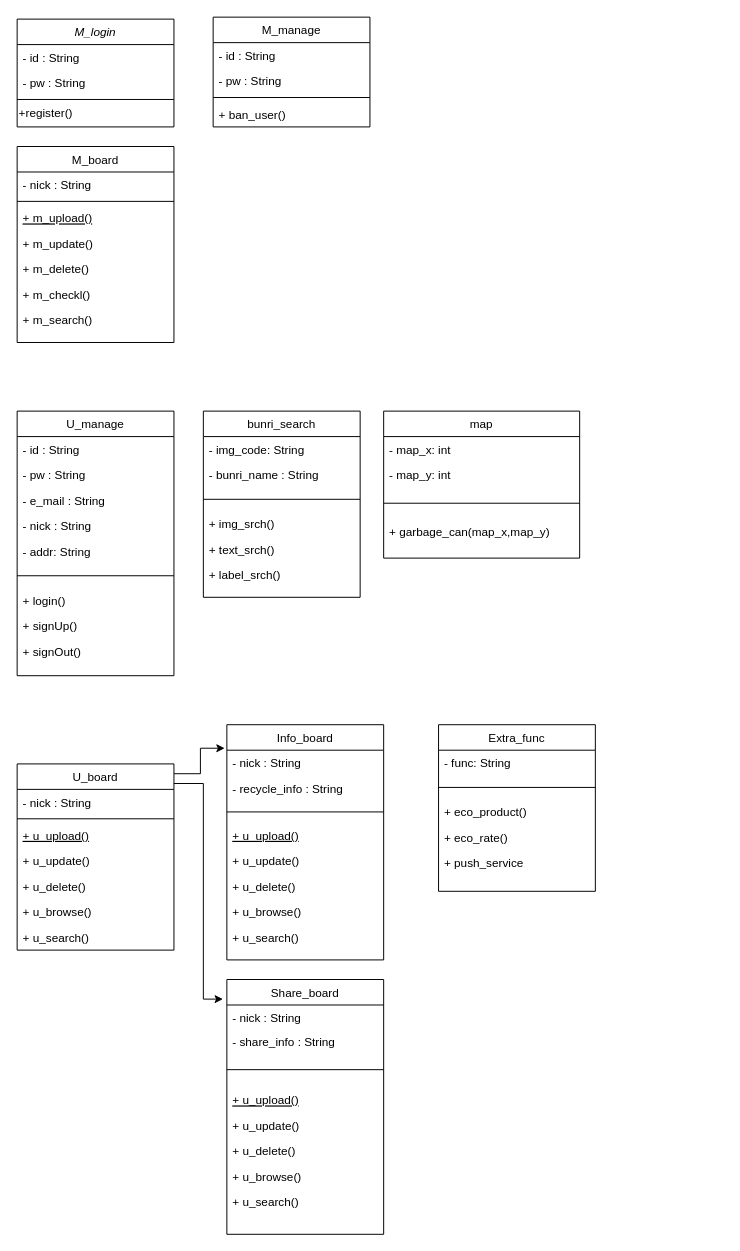
jgy2808/TERM_Project keeps this draw.io diagram as UML.drawio. Above is the earlier version. Source tidied: cells renumbered, new cells numbered last; positions are measured from the earlier drawing's top-left corner, leaving out a move shared by most shapes. Both pictures are drawn from the tidied source at 98%, with x=0, y=0 at pixel (17, 17).
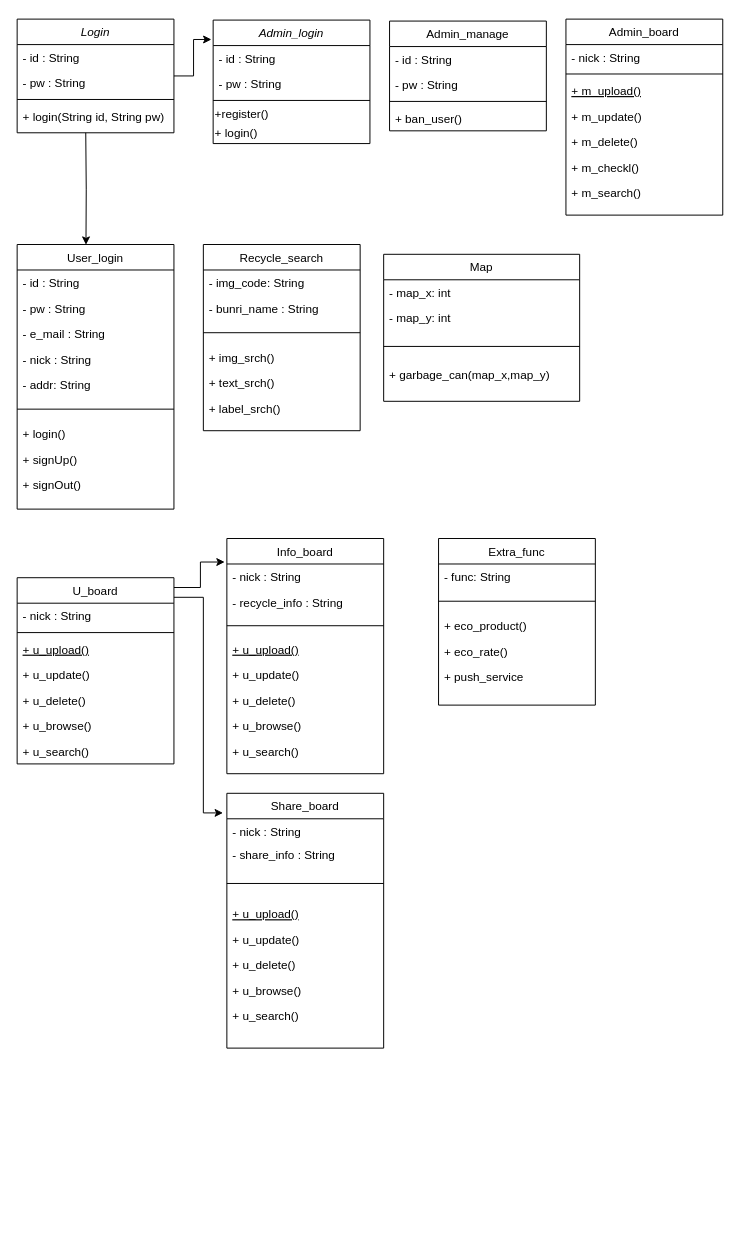
After the change.

The change refers to these unchanged cells:
```xml
<mxCell id="43" value="- nick : String" style="text;align=left;verticalAlign=top;spacingLeft=4;spacingRight=4;overflow=hidden;points=[[0,0.5],[1,0.5]];portConstraint=eastwest;" parent="42" vertex="1">
  <mxGeometry y="26" width="160" height="26" as="geometry" />
</mxCell>
```

Change to the diagram source:
```diff
@@
+    <mxCell id="76" style="edgeStyle=orthogonalEdgeStyle;rounded=0;jettySize=auto;html=1;entryX=-0.011;entryY=0.157;entryDx=0;entryDy=0;entryPerimeter=0;" parent="1" edge="1" source="2" target="78">
+      <mxGeometry relative="1" as="geometry" />
+    </mxCell>
-    <mxCell id="2" value="M_login" style="swimlane;fontStyle=2;align=center;verticalAlign=top;horizontal=1;startSize=26;rounded=0;shadow=0;strokeWidth=1;" parent="1" vertex="1">
-      <mxGeometry y="2" width="160" height="110" as="geometry" />
+    <mxCell id="2" value="Login" style="swimlane;fontStyle=2;align=center;verticalAlign=top;horizontal=1;startSize=26;rounded=0;shadow=0;strokeWidth=1;" parent="1" vertex="1">
+      <mxGeometry y="2" width="160" height="116" as="geometry" />
     </mxCell>
@@
-    <mxCell id="6" value="+register()" style="text;html=1;align=left;verticalAlign=middle;strokeColor=none;fillColor=none;" parent="2" vertex="1">
-      <mxGeometry y="86" width="160" height="20" as="geometry" />
-    </mxCell>
+    <mxCell id="77" value="+ login(String id, String pw) " style="text;align=left;verticalAlign=top;spacingLeft=4;spacingRight=4;overflow=hidden;rounded=0;shadow=0;html=0;" parent="2" vertex="1">
+      <mxGeometry y="86" width="160" height="26" as="geometry" />
+    </mxCell>
-    <mxCell id="7" value="M_board" style="swimlane;fontStyle=0;align=center;verticalAlign=top;horizontal=1;startSize=26;rounded=0;shadow=0;strokeWidth=1;" parent="1" vertex="1">
-      <mxGeometry y="132" width="160" height="200" as="geometry" />
+    <mxCell id="7" value="Admin_board" style="swimlane;fontStyle=0;align=center;verticalAlign=top;horizontal=1;startSize=26;rounded=0;shadow=0;strokeWidth=1;" parent="1" vertex="1">
+      <mxGeometry x="560" y="2" width="160" height="200" as="geometry" />
     </mxCell>
@@
-    <mxCell id="15" value="M_manage" style="swimlane;fontStyle=0;align=center;verticalAlign=top;horizontal=1;startSize=26;rounded=0;shadow=0;strokeWidth=1;" parent="1" vertex="1">
-      <mxGeometry x="200" width="160" height="112" as="geometry" />
+    <mxCell id="15" value="Admin_manage" style="swimlane;fontStyle=0;align=center;verticalAlign=top;horizontal=1;startSize=26;rounded=0;shadow=0;strokeWidth=1;" parent="1" vertex="1">
+      <mxGeometry x="380" y="4" width="160" height="112" as="geometry" />
     </mxCell>
@@
-    <mxCell id="20" value="U_manage" style="swimlane;fontStyle=0;align=center;verticalAlign=top;horizontal=1;startSize=26;rounded=0;shadow=0;strokeWidth=1;" parent="1" vertex="1">
-      <mxGeometry y="402" width="160" height="270" as="geometry" />
+    <mxCell id="20" value="User_login" style="swimlane;fontStyle=0;align=center;verticalAlign=top;horizontal=1;startSize=26;rounded=0;shadow=0;strokeWidth=1;" parent="1" vertex="1">
+      <mxGeometry y="232" width="160" height="270" as="geometry" />
     </mxCell>
@@
-    <mxCell id="30" value="bunri_search" style="swimlane;fontStyle=0;align=center;verticalAlign=top;horizontal=1;startSize=26;rounded=0;shadow=0;strokeWidth=1;" parent="1" vertex="1">
-      <mxGeometry x="190" y="402" width="160" height="190" as="geometry" />
+    <mxCell id="30" value="Recycle_search" style="swimlane;fontStyle=0;align=center;verticalAlign=top;horizontal=1;startSize=26;rounded=0;shadow=0;strokeWidth=1;" parent="1" vertex="1">
+      <mxGeometry x="190" y="232" width="160" height="190" as="geometry" />
     </mxCell>
@@
-    <mxCell id="37" value="map" style="swimlane;fontStyle=0;align=center;verticalAlign=top;horizontal=1;startSize=26;rounded=0;shadow=0;strokeWidth=1;" parent="1" vertex="1">
-      <mxGeometry x="374" y="402" width="200" height="150" as="geometry" />
+    <mxCell id="37" value="Map" style="swimlane;fontStyle=0;align=center;verticalAlign=top;horizontal=1;startSize=26;rounded=0;shadow=0;strokeWidth=1;" parent="1" vertex="1">
+      <mxGeometry x="374" y="242" width="200" height="150" as="geometry" />
     </mxCell>
@@
     <mxCell id="42" value="Info_board" style="swimlane;fontStyle=0;align=center;verticalAlign=top;horizontal=1;startSize=26;rounded=0;shadow=0;strokeWidth=1;" parent="1" vertex="1">
-      <mxGeometry x="214" y="722" width="160" height="240" as="geometry" />
+      <mxGeometry x="214" y="532" width="160" height="240" as="geometry" />
     </mxCell>
@@
     <mxCell id="51" value="Share_board" style="swimlane;fontStyle=0;align=center;verticalAlign=top;horizontal=1;startSize=26;rounded=0;shadow=0;strokeWidth=1;" parent="1" vertex="1">
-      <mxGeometry x="214" y="982" width="160" height="260" as="geometry" />
+      <mxGeometry x="214" y="792" width="160" height="260" as="geometry" />
     </mxCell>
@@
     <mxCell id="60" style="edgeStyle=orthogonalEdgeStyle;rounded=0;jettySize=auto;html=1;entryX=-0.014;entryY=-0.077;entryDx=0;entryDy=0;entryPerimeter=0;" parent="1" edge="1" source="61" target="43">
       <mxGeometry relative="1" as="geometry">
         <Array as="points">
-          <mxPoint x="187" y="772" />
-          <mxPoint x="187" y="746" />
+          <mxPoint x="187" y="582" />
+          <mxPoint x="187" y="556" />
         </Array>
       </mxGeometry>
     </mxCell>
     <mxCell id="61" value="U_board" style="swimlane;fontStyle=0;align=center;verticalAlign=top;horizontal=1;startSize=26;rounded=0;shadow=0;strokeWidth=1;" parent="1" vertex="1">
-      <mxGeometry y="762" width="160" height="190" as="geometry" />
+      <mxGeometry y="572" width="160" height="190" as="geometry" />
     </mxCell>
@@
     <mxCell id="69" style="endArrow=classic;html=1;rounded=0;edgeStyle=orthogonalEdgeStyle;" parent="1" edge="1">
       <mxGeometry relative="1" as="geometry">
-        <mxPoint x="160" y="782" as="sourcePoint" />
-        <mxPoint x="210" y="1002" as="targetPoint" />
+        <mxPoint x="160" y="592" as="sourcePoint" />
+        <mxPoint x="210" y="812" as="targetPoint" />
         <Array as="points">
-          <mxPoint x="190" y="782" />
-          <mxPoint x="190" y="1002" />
+          <mxPoint x="190" y="592" />
+          <mxPoint x="190" y="812" />
         </Array>
       </mxGeometry>
     </mxCell>
     <mxCell id="70" value="Extra_func" style="swimlane;fontStyle=0;align=center;verticalAlign=top;horizontal=1;startSize=26;rounded=0;shadow=0;strokeWidth=1;" parent="1" vertex="1">
-      <mxGeometry x="430" y="722" width="160" height="170" as="geometry" />
+      <mxGeometry x="430" y="532" width="160" height="170" as="geometry" />
     </mxCell>
@@
+    <mxCell id="78" value="Admin_login" style="swimlane;fontStyle=2;align=center;verticalAlign=top;horizontal=1;startSize=26;rounded=0;shadow=0;strokeWidth=1;" parent="1" vertex="1">
+      <mxGeometry x="200" y="3" width="160" height="126" as="geometry" />
+    </mxCell>
+    <mxCell id="79" value="- id : String" style="text;align=left;verticalAlign=top;spacingLeft=4;spacingRight=4;overflow=hidden;" parent="78" vertex="1">
+      <mxGeometry y="26" width="160" height="26" as="geometry" />
+    </mxCell>
+    <mxCell id="80" value="- pw : String" style="text;align=left;verticalAlign=top;spacingLeft=4;spacingRight=4;overflow=hidden;rounded=0;shadow=0;html=0;" parent="78" vertex="1">
+      <mxGeometry y="52" width="160" height="26" as="geometry" />
+    </mxCell>
+    <mxCell id="81" style="line;html=1;strokeWidth=1;align=left;verticalAlign=middle;spacingTop=-1;spacingLeft=3;spacingRight=3;labelPosition=right;" parent="78" vertex="1">
+      <mxGeometry y="78" width="160" height="8" as="geometry" />
+    </mxCell>
+    <mxCell id="6" value="+register()" style="text;html=1;align=left;verticalAlign=middle;strokeColor=none;fillColor=none;" parent="78" vertex="1">
+      <mxGeometry y="86" width="160" height="20" as="geometry" />
+    </mxCell>
+    <mxCell id="82" value="+ login()" style="text;html=1;align=left;verticalAlign=middle;strokeColor=none;fillColor=none;" parent="78" vertex="1">
+      <mxGeometry y="106" width="160" height="20" as="geometry" />
+    </mxCell>
+    <mxCell id="83" style="endArrow=classic;html=1;rounded=0;edgeStyle=orthogonalEdgeStyle;entryX=0.439;entryY=0.001;entryDx=0;entryDy=0;entryPerimeter=0;" parent="1" edge="1" target="20">
+      <mxGeometry relative="1" as="geometry">
+        <mxPoint x="70" y="118" as="sourcePoint" />
+      </mxGeometry>
+    </mxCell>
```
